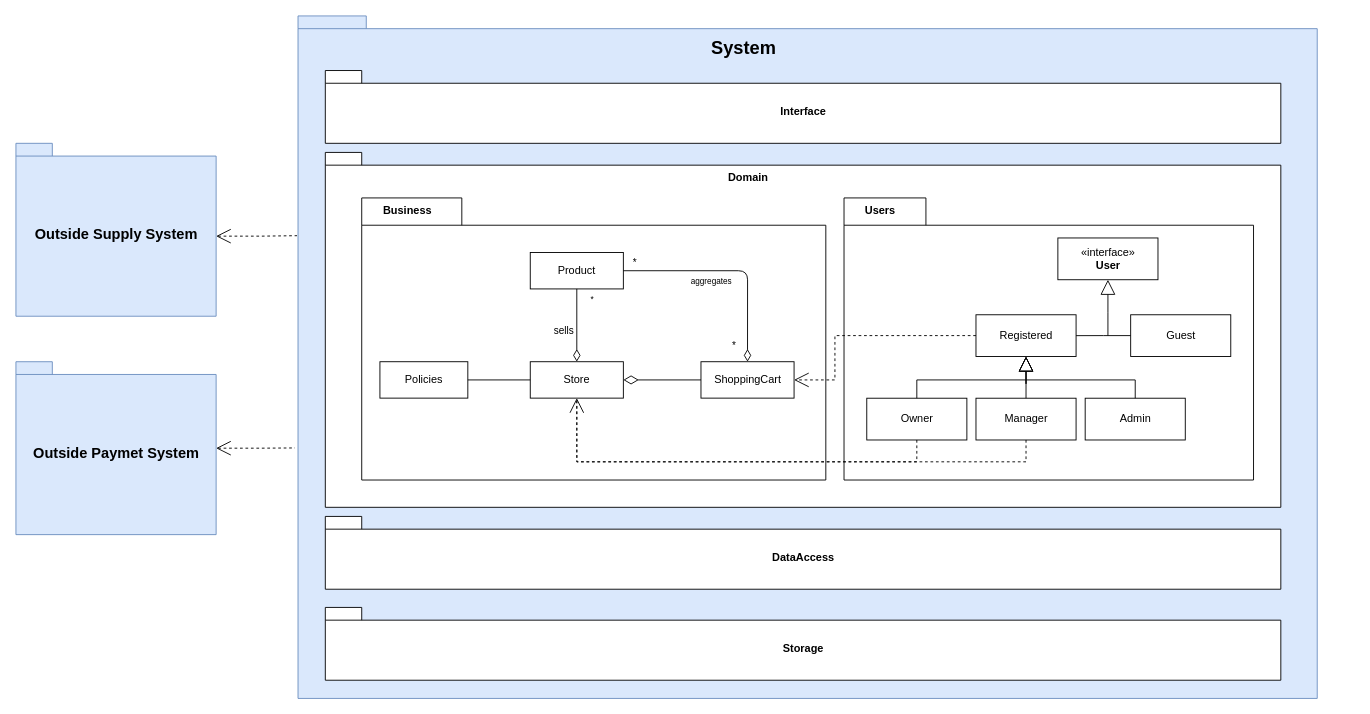
LevyIfta/Team-19B-Project keeps this draw.io diagram as מודל ארכיטקטורה.drawio. Above is the earlier version. Source tidied: cells renumbered, new cells numbered last; positions are measured from the earlier drawing's top-left corner, leaving out a move shared by most shapes. Both pictures are drawn from the tidied source at 91%, with x=0, y=0 at pixel (15, 15).
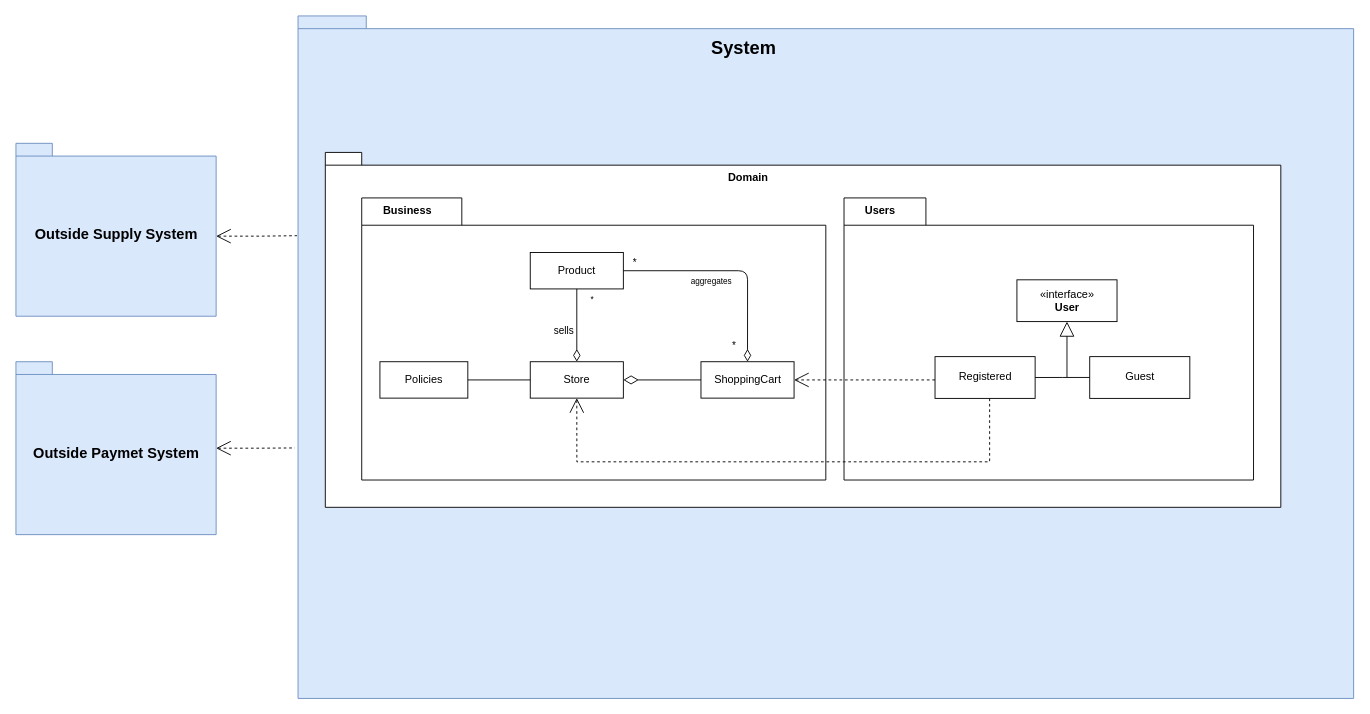
The same diagram, later.

Commit message (it also covers changes not shown here):
fix component diagram

Unchanged cells that the change refers to:
```xml
<mxCell id="11" style="group;" parent="1" vertex="1">
  <mxGeometry x="910" y="200" width="450" height="310" as="geometry" />
</mxCell>
<mxCell id="34" value="Store" style="html=1;" parent="33" vertex="1">
  <mxGeometry y="90" width="102.3" height="40" as="geometry" />
</mxCell>
<mxCell id="35" value="ShoppingCart" style="html=1;" parent="33" vertex="1">
  <mxGeometry x="187.6" y="90" width="102.3" height="40" as="geometry" />
</mxCell>
```

The edit, as a diff of the source:
```diff
@@
     <mxCell id="2" style="shape=folder;fontStyle=1;spacingTop=10;tabWidth=40;tabHeight=14;tabPosition=left;html=1;fillColor=#dae8fc;strokeColor=#6c8ebf;" parent="1" vertex="1">
-      <mxGeometry x="310" width="1120" height="750" as="geometry" />
+      <mxGeometry x="310" width="1160" height="750" as="geometry" />
     </mxCell>
@@
-    <mxCell id="4" value="Interface" style="shape=folder;fontStyle=1;spacingTop=10;tabWidth=40;tabHeight=14;tabPosition=left;html=1;" parent="1" vertex="1">
-      <mxGeometry x="340" y="60" width="1050" height="80" as="geometry" />
-    </mxCell>
-    <mxCell id="5" value="Storage" style="shape=folder;fontStyle=1;spacingTop=10;tabWidth=40;tabHeight=14;tabPosition=left;html=1;" parent="1" vertex="1">
-      <mxGeometry x="340" y="650" width="1050" height="80" as="geometry" />
-    </mxCell>
@@
-    <mxCell id="10" value="DataAccess" style="shape=folder;fontStyle=1;spacingTop=10;tabWidth=40;tabHeight=14;tabPosition=left;html=1;" parent="1" vertex="1">
-      <mxGeometry x="340" y="550" width="1050" height="80" as="geometry" />
-    </mxCell>
@@
-    <mxCell id="14" style="group;" parent="11" vertex="1">
-      <mxGeometry x="25" y="44" width="400" height="222" as="geometry" />
-    </mxCell>
+    <mxCell id="47" style="group;" parent="11" vertex="1">
+      <mxGeometry x="100" y="90" width="280" height="130.3" as="geometry" />
+    </mxCell>
-    <mxCell id="15" value="Guest" style="html=1;" parent="14" vertex="1">
-      <mxGeometry x="290" y="84.4" width="110" height="45.9" as="geometry" />
+    <mxCell id="15" value="Guest" style="html=1;" parent="47" vertex="1">
+      <mxGeometry x="170" y="84.4" width="110" height="45.9" as="geometry" />
     </mxCell>
-    <mxCell id="16" value="Owner" style="html=1;" parent="14" vertex="1">
-      <mxGeometry y="176.1" width="110" height="45.9" as="geometry" />
-    </mxCell>
-    <mxCell id="17" value="Manager" style="html=1;" parent="14" vertex="1">
-      <mxGeometry x="120" y="176.1" width="110" height="45.9" as="geometry" />
-    </mxCell>
-    <mxCell id="18" value="Admin" style="html=1;" parent="14" vertex="1">
-      <mxGeometry x="240" y="176.1" width="110" height="45.9" as="geometry" />
-    </mxCell>
-    <mxCell id="19" value="Registered" style="html=1;" parent="14" vertex="1">
-      <mxGeometry x="120" y="84.4" width="110" height="45.9" as="geometry" />
+    <mxCell id="19" value="Registered" style="html=1;" parent="47" vertex="1">
+      <mxGeometry y="84.4" width="110" height="45.9" as="geometry" />
     </mxCell>
-    <mxCell id="20" style="edgeStyle=orthogonalEdgeStyle;rounded=0;jettySize=auto;html=1;entryX=1;entryY=0.5;entryDx=0;entryDy=0;startArrow=none;startFill=0;startSize=14;endArrow=none;endFill=0;endSize=14;" parent="14" edge="1" source="15" target="19">
-      <mxGeometry relative="1" as="geometry" />
+    <mxCell id="20" style="edgeStyle=orthogonalEdgeStyle;rounded=0;jettySize=auto;html=1;entryX=1;entryY=0.5;entryDx=0;entryDy=0;startArrow=none;startFill=0;startSize=14;endArrow=none;endFill=0;endSize=14;" parent="47" edge="1" source="15" target="19">
+      <mxGeometry x="680" y="330" as="geometry" />
     </mxCell>
-    <mxCell id="21" style="edgeStyle=orthogonalEdgeStyle;rounded=0;jettySize=auto;html=1;entryX=0.5;entryY=1;entryDx=0;entryDy=0;startArrow=none;startFill=0;startSize=14;endArrow=block;endFill=0;endSize=14;exitX=0.5;exitY=0;exitDx=0;exitDy=0;" parent="14" edge="1" source="16" target="19">
-      <mxGeometry relative="1" as="geometry">
-        <Array as="points">
-          <mxPoint x="55" y="156" />
-          <mxPoint x="175" y="156" />
-        </Array>
-      </mxGeometry>
-    </mxCell>
-    <mxCell id="22" style="edgeStyle=orthogonalEdgeStyle;rounded=0;jettySize=auto;html=1;entryX=0.5;entryY=1;entryDx=0;entryDy=0;startArrow=none;startFill=0;startSize=14;endArrow=block;endFill=0;endSize=14;" parent="14" edge="1" source="17" target="19">
-      <mxGeometry relative="1" as="geometry" />
-    </mxCell>
-    <mxCell id="23" style="edgeStyle=orthogonalEdgeStyle;rounded=0;jettySize=auto;html=1;startArrow=none;startFill=0;startSize=14;endArrow=block;endFill=0;endSize=14;" parent="14" edge="1" source="18" target="19">
-      <mxGeometry relative="1" as="geometry">
-        <Array as="points">
-          <mxPoint x="295" y="156" />
-          <mxPoint x="175" y="156" />
-        </Array>
-      </mxGeometry>
-    </mxCell>
-    <mxCell id="24" style="edgeStyle=orthogonalEdgeStyle;rounded=0;jettySize=auto;html=1;exitX=0.5;exitY=1;exitDx=0;exitDy=0;startArrow=block;startFill=0;startSize=14;endArrow=none;endFill=0;endSize=14;" parent="14" edge="1" source="25">
-      <mxGeometry relative="1" as="geometry">
-        <mxPoint x="265" y="107.3" as="targetPoint" />
+    <mxCell id="24" style="edgeStyle=orthogonalEdgeStyle;rounded=0;jettySize=auto;html=1;exitX=0.5;exitY=1;exitDx=0;exitDy=0;startArrow=block;startFill=0;startSize=14;endArrow=none;endFill=0;endSize=14;" parent="47" edge="1" source="25">
+      <mxGeometry x="680" y="330" as="geometry">
+        <mxPoint x="145" y="107.3" as="targetPoint" />
       </mxGeometry>
     </mxCell>
-    <mxCell id="25" value="«interface»&lt;br&gt;&lt;b&gt;User&lt;/b&gt;" style="html=1;" parent="14" vertex="1">
-      <mxGeometry x="210" width="110" height="45.9" as="geometry" />
+    <mxCell id="25" value="«interface»&lt;br&gt;&lt;b&gt;User&lt;/b&gt;" style="html=1;" parent="47" vertex="1">
+      <mxGeometry x="90" width="110" height="45.9" as="geometry" />
     </mxCell>
@@
     <mxCell id="44" style="edgeStyle=orthogonalEdgeStyle;rounded=0;jettySize=auto;html=1;entryX=1;entryY=0.5;entryDx=0;entryDy=0;dashed=1;startArrow=none;startFill=0;startSize=14;endArrow=open;endFill=0;endSize=14;fontSize=12;" parent="1" edge="1" source="19" target="35">
       <mxGeometry relative="1" as="geometry">
         <Array as="points">
-          <mxPoint x="900" y="351" />
-          <mxPoint x="900" y="400" />
+          <mxPoint x="1010" y="400" />
+          <mxPoint x="1010" y="400" />
         </Array>
       </mxGeometry>
     </mxCell>
-    <mxCell id="45" style="edgeStyle=orthogonalEdgeStyle;rounded=0;jettySize=auto;html=1;entryX=0.5;entryY=1;entryDx=0;entryDy=0;dashed=1;startArrow=none;startFill=0;startSize=14;endArrow=none;endFill=0;endSize=14;fontSize=12;" parent="1" edge="1" source="16" target="34">
-      <mxGeometry relative="1" as="geometry">
-        <Array as="points">
-          <mxPoint x="990" y="490" />
-          <mxPoint x="616" y="490" />
-        </Array>
-      </mxGeometry>
-    </mxCell>
-    <mxCell id="46" style="edgeStyle=orthogonalEdgeStyle;rounded=0;jettySize=auto;html=1;entryX=0.5;entryY=1;entryDx=0;entryDy=0;dashed=1;startArrow=none;startFill=0;startSize=14;endArrow=open;endFill=0;endSize=14;fontSize=12;" parent="1" edge="1" source="17" target="34">
+    <mxCell id="46" style="edgeStyle=orthogonalEdgeStyle;rounded=0;jettySize=auto;html=1;entryX=0.5;entryY=1;entryDx=0;entryDy=0;dashed=1;startArrow=none;startFill=0;startSize=14;endArrow=open;endFill=0;endSize=14;fontSize=12;" parent="1" edge="1" source="19" target="34">
       <mxGeometry relative="1" as="geometry">
         <Array as="points">
-          <mxPoint x="1110" y="490" />
+          <mxPoint x="1070" y="490" />
           <mxPoint x="616" y="490" />
         </Array>
       </mxGeometry>
     </mxCell>
```
